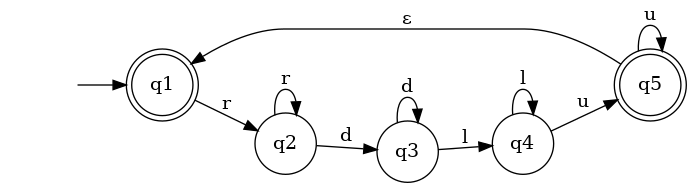
Earlier version of the Graphviz export patrolexpect.gv.png (itsmeavi/POLmc). Its source is kept beside it as patrolexpect.gv. The source it was exported from:
```dot
digraph patrolexpect {
	graph [rankdir=LR]
	"" [label="" shape=plaintext]
	q5 [label=q5 shape=doublecircle]
	q1 [label=q1 shape=doublecircle]
	q2 [label=q2 shape=circle]
	q3 [label=q3 shape=circle]
	q4 [label=q4 shape=circle]
	"" -> q1 [label=""]
	q1 -> q2 [label=r]
	q2 -> q2 [label=r]
	q2 -> q3 [label=d]
	q3 -> q3 [label=d]
	q3 -> q4 [label=l]
	q4 -> q4 [label=l]
	q4 -> q5 [label=u]
	q5 -> q5 [label=u]
	q5 -> q1 [label="ε"]
}
```
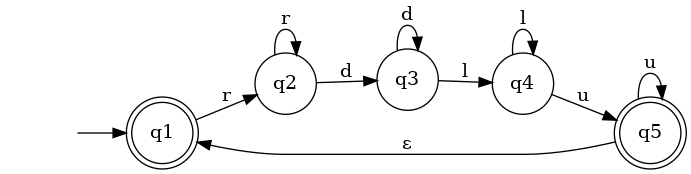
The same diagram one commit later.

What changed in the source:
```diff
@@ -1,10 +1,10 @@
 digraph patrolexpect {
 	graph [rankdir=LR]
 	"" [label="" shape=plaintext]
+	q1 [label=q1 shape=doublecircle]
 	q5 [label=q5 shape=doublecircle]
-	q1 [label=q1 shape=doublecircle]
+	q3 [label=q3 shape=circle]
 	q2 [label=q2 shape=circle]
-	q3 [label=q3 shape=circle]
 	q4 [label=q4 shape=circle]
 	"" -> q1 [label=""]
 	q1 -> q2 [label=r]
```
